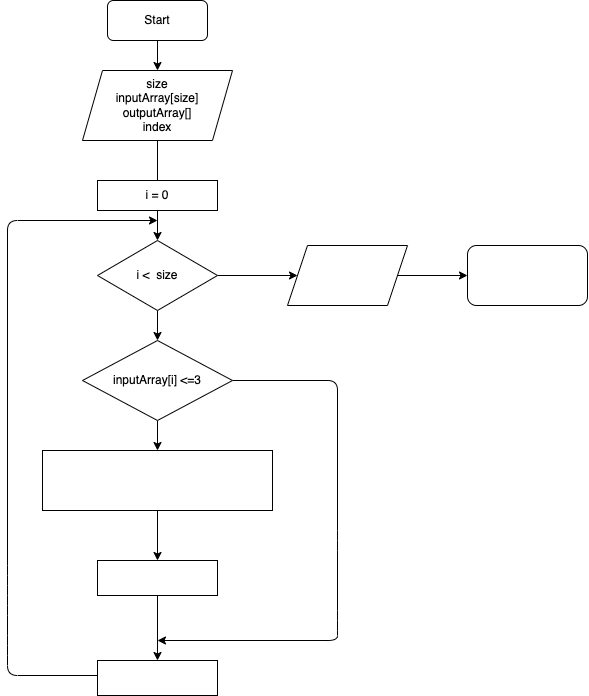
Above: diagram.drawio.png in ProYulia/FinalTestCSharp (draw.io), before the change. Source tidied: cells renumbered, new cells last; positions are measured from the earlier drawing's top-left corner, leaving out a move shared by most shapes.
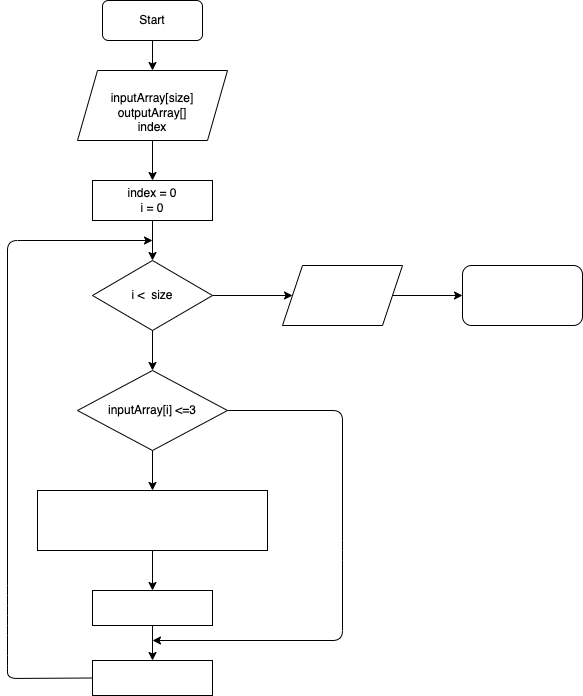
After the commit.

Commit message:
modifyed diagram

Change to the diagram source:
```diff
@@ -8,14 +8,17 @@
     <mxCell id="3" value="Start" style="rounded=1;whiteSpace=wrap;html=1;" parent="1" vertex="1">
       <mxGeometry x="100" width="100" height="40" as="geometry" />
     </mxCell>
-    <mxCell id="4" style="edgeStyle=none;html=1;fontColor=#FFFFFF;" parent="1" edge="1" source="5" target="9">
-      <mxGeometry relative="1" as="geometry" />
-    </mxCell>
+    <mxCell id="26" style="edgeStyle=none;html=1;" parent="1" edge="1" source="5" target="6">
+      <mxGeometry relative="1" as="geometry" />
+    </mxCell>
-    <mxCell id="5" value="size&lt;br&gt;inputArray[size]&lt;br&gt;outputArray[]&lt;br&gt;index" style="shape=parallelogram;perimeter=parallelogramPerimeter;whiteSpace=wrap;html=1;fixedSize=1;" parent="1" vertex="1">
+    <mxCell id="5" value="&lt;br&gt;inputArray[size]&lt;br&gt;outputArray[]&lt;br&gt;index" style="shape=parallelogram;perimeter=parallelogramPerimeter;whiteSpace=wrap;html=1;fixedSize=1;" parent="1" vertex="1">
       <mxGeometry x="75" y="70" width="150" height="70" as="geometry" />
     </mxCell>
+    <mxCell id="27" style="edgeStyle=none;html=1;" parent="1" edge="1" source="6" target="9">
+      <mxGeometry relative="1" as="geometry" />
+    </mxCell>
-    <mxCell id="6" value="i = 0" style="rounded=0;whiteSpace=wrap;html=1;" parent="1" vertex="1">
-      <mxGeometry x="90" y="180" width="120" height="30" as="geometry" />
+    <mxCell id="6" value="index = 0&lt;br&gt;i = 0" style="rounded=0;whiteSpace=wrap;html=1;" parent="1" vertex="1">
+      <mxGeometry x="90" y="180" width="120" height="40" as="geometry" />
     </mxCell>
     <mxCell id="7" style="edgeStyle=none;html=1;fontColor=#FFFFFF;" parent="1" edge="1" source="9" target="12">
       <mxGeometry relative="1" as="geometry" />
@@ -24,7 +27,7 @@
       <mxGeometry relative="1" as="geometry" />
     </mxCell>
     <mxCell id="9" value="i &amp;lt;&amp;nbsp; size" style="rhombus;whiteSpace=wrap;html=1;" parent="1" vertex="1">
-      <mxGeometry x="90" y="240" width="120" height="70" as="geometry" />
+      <mxGeometry x="90" y="260" width="120" height="70" as="geometry" />
     </mxCell>
     <mxCell id="10" style="edgeStyle=none;html=1;fontColor=#FFFFFF;" parent="1" edge="1" source="12" target="14">
       <mxGeometry relative="1" as="geometry" />
@@ -33,32 +36,30 @@
       <mxGeometry relative="1" as="geometry">
         <mxPoint x="150" y="640" as="targetPoint" />
         <Array as="points">
-          <mxPoint x="330" y="380" />
-          <mxPoint x="330" y="540" />
-          <mxPoint x="330" y="620" />
-          <mxPoint x="330" y="640" />
+          <mxPoint x="340" y="410" />
+          <mxPoint x="340" y="550" />
+          <mxPoint x="340" y="640" />
         </Array>
       </mxGeometry>
     </mxCell>
     <mxCell id="12" value="inputArray[i] &amp;lt;=3" style="rhombus;whiteSpace=wrap;html=1;" parent="1" vertex="1">
-      <mxGeometry x="75" y="340" width="150" height="80" as="geometry" />
+      <mxGeometry x="75" y="370" width="150" height="80" as="geometry" />
     </mxCell>
     <mxCell id="13" style="edgeStyle=none;html=1;fontColor=#FFFFFF;" parent="1" edge="1" source="14" target="17">
       <mxGeometry relative="1" as="geometry" />
     </mxCell>
     <mxCell id="14" value="&lt;p class=&quot;p1&quot; style=&quot;margin: 0px ; font-stretch: normal ; font-size: 13px ; line-height: normal ; font-family: &amp;#34;helvetica neue&amp;#34;&quot;&gt;&lt;font color=&quot;#ffffff&quot;&gt;outputArray[index] = inputArray[i]&lt;/font&gt;&lt;/p&gt;" style="rounded=0;whiteSpace=wrap;html=1;" parent="1" vertex="1">
-      <mxGeometry x="35" y="450" width="230" height="60" as="geometry" />
+      <mxGeometry x="35" y="490" width="230" height="60" as="geometry" />
     </mxCell>
-    <mxCell id="15" style="edgeStyle=none;html=1;fontColor=#FFFFFF;exitX=0;exitY=0.5;exitDx=0;exitDy=0;" parent="1" edge="1">
+    <mxCell id="15" style="edgeStyle=none;html=1;fontColor=#FFFFFF;exitX=0;exitY=0.5;exitDx=0;exitDy=0;" parent="1" edge="1" source="20">
       <mxGeometry relative="1" as="geometry">
-        <mxPoint x="90" y="675" as="sourcePoint" />
-        <mxPoint x="150" y="220" as="targetPoint" />
+        <mxPoint x="150" y="240" as="targetPoint" />
         <Array as="points">
-          <mxPoint y="675" />
-          <mxPoint y="645" />
-          <mxPoint y="605" />
-          <mxPoint y="575" />
-          <mxPoint y="220" />
+          <mxPoint x="5" y="678" />
+          <mxPoint x="5" y="665" />
+          <mxPoint x="5" y="625" />
+          <mxPoint x="5" y="595" />
+          <mxPoint x="5" y="240" />
         </Array>
       </mxGeometry>
     </mxCell>
@@ -68,31 +69,31 @@
       </mxGeometry>
     </mxCell>
     <mxCell id="17" value="index++" style="rounded=0;whiteSpace=wrap;html=1;fontColor=#FFFFFF;" parent="1" vertex="1">
-      <mxGeometry x="90" y="560" width="120" height="35" as="geometry" />
+      <mxGeometry x="90" y="590" width="120" height="35" as="geometry" />
     </mxCell>
     <mxCell id="18" value="yes" style="text;html=1;align=center;verticalAlign=middle;strokeColor=none;fillColor=none;fontColor=#FFFFFF;" parent="1" vertex="1">
-      <mxGeometry x="155" y="430" width="30" height="20" as="geometry" />
+      <mxGeometry x="155" y="450" width="30" height="20" as="geometry" />
     </mxCell>
     <mxCell id="19" value="no" style="text;html=1;align=center;verticalAlign=middle;strokeColor=none;fillColor=none;fontColor=#FFFFFF;" parent="1" vertex="1">
-      <mxGeometry x="255" y="360" width="30" height="20" as="geometry" />
+      <mxGeometry x="250" y="390" width="30" height="20" as="geometry" />
     </mxCell>
     <mxCell id="20" value="i++" style="rounded=0;whiteSpace=wrap;html=1;fontColor=#FFFFFF;" parent="1" vertex="1">
       <mxGeometry x="90" y="660" width="120" height="35" as="geometry" />
     </mxCell>
     <mxCell id="21" value="yes" style="text;html=1;align=center;verticalAlign=middle;strokeColor=none;fillColor=none;fontColor=#FFFFFF;" parent="1" vertex="1">
-      <mxGeometry x="155" y="310" width="30" height="20" as="geometry" />
+      <mxGeometry x="155" y="340" width="30" height="20" as="geometry" />
     </mxCell>
     <mxCell id="22" style="edgeStyle=none;html=1;fontColor=#FFFFFF;" parent="1" edge="1" source="23" target="24">
       <mxGeometry relative="1" as="geometry" />
     </mxCell>
     <mxCell id="23" value="outputArray" style="shape=parallelogram;perimeter=parallelogramPerimeter;whiteSpace=wrap;html=1;fixedSize=1;fontColor=#FFFFFF;" parent="1" vertex="1">
-      <mxGeometry x="280" y="245" width="120" height="60" as="geometry" />
+      <mxGeometry x="280" y="265" width="120" height="60" as="geometry" />
     </mxCell>
     <mxCell id="24" value="Finish" style="rounded=1;whiteSpace=wrap;html=1;fontColor=#FFFFFF;" parent="1" vertex="1">
-      <mxGeometry x="460" y="245" width="120" height="60" as="geometry" />
+      <mxGeometry x="460" y="265" width="120" height="60" as="geometry" />
     </mxCell>
     <mxCell id="25" value="no" style="text;html=1;align=center;verticalAlign=middle;strokeColor=none;fillColor=none;fontColor=#FFFFFF;" parent="1" vertex="1">
-      <mxGeometry x="225" y="250" width="30" height="20" as="geometry" />
+      <mxGeometry x="225" y="270" width="30" height="20" as="geometry" />
     </mxCell>
   </root>
 </mxGraphModel>
```
